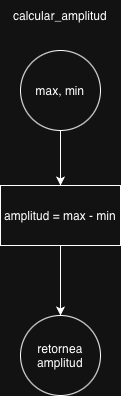
Above: Diagramas/calcular_amplitud.png in benjacoduti/Pulse_Lab (draw.io), before the change. Source tidied: cells renumbered, new cells last; positions are measured from the earlier drawing's top-left corner, leaving out a move shared by most shapes. The source it was exported from:
```xml
<mxGraphModel>
  <root>
    <mxCell id="0" />
    <mxCell id="1" parent="0" />
    <mxCell id="2" value="calcular_amplitud" style="text;html=1;whiteSpace=wrap;strokeColor=none;fillColor=none;align=center;verticalAlign=middle;rounded=0;" parent="1" vertex="1">
      <mxGeometry x="30" width="60" height="30" as="geometry" />
    </mxCell>
    <mxCell id="3" style="edgeStyle=orthogonalEdgeStyle;rounded=0;jettySize=auto;html=1;" parent="1" edge="1" source="4" target="6">
      <mxGeometry relative="1" as="geometry" />
    </mxCell>
    <mxCell id="4" value="max, min" style="ellipse;whiteSpace=wrap;html=1;" parent="1" vertex="1">
      <mxGeometry x="20" y="50" width="80" height="80" as="geometry" />
    </mxCell>
    <mxCell id="5" style="edgeStyle=orthogonalEdgeStyle;rounded=0;jettySize=auto;html=1;" parent="1" edge="1" source="6" target="7">
      <mxGeometry relative="1" as="geometry" />
    </mxCell>
    <mxCell id="6" value="amplitud = max - min" style="whiteSpace=wrap;html=1;" parent="1" vertex="1">
      <mxGeometry y="185" width="120" height="60" as="geometry" />
    </mxCell>
    <mxCell id="7" value="retornea amplitud" style="ellipse;whiteSpace=wrap;html=1;" parent="1" vertex="1">
      <mxGeometry x="20" y="315" width="80" height="80" as="geometry" />
    </mxCell>
  </root>
</mxGraphModel>
```
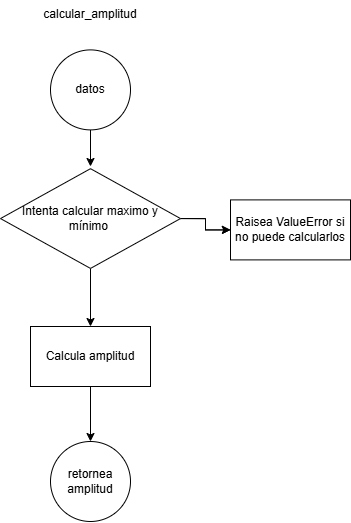
The same file after the commit.

Commit message:
Erase diagrama viejo

The edit, as a diff of the source:
```diff
@@ -5,20 +5,46 @@
     <mxCell id="2" value="calcular_amplitud" style="text;html=1;whiteSpace=wrap;strokeColor=none;fillColor=none;align=center;verticalAlign=middle;rounded=0;" parent="1" vertex="1">
       <mxGeometry x="30" width="60" height="30" as="geometry" />
     </mxCell>
-    <mxCell id="3" style="edgeStyle=orthogonalEdgeStyle;rounded=0;jettySize=auto;html=1;" parent="1" edge="1" source="4" target="6">
-      <mxGeometry relative="1" as="geometry" />
+    <mxCell id="3" style="edgeStyle=orthogonalEdgeStyle;rounded=0;jettySize=auto;html=1;" parent="1" edge="1" source="4">
+      <mxGeometry relative="1" as="geometry">
+        <mxPoint x="60" y="166.6" as="targetPoint" />
+      </mxGeometry>
     </mxCell>
-    <mxCell id="4" value="max, min" style="ellipse;whiteSpace=wrap;html=1;" parent="1" vertex="1">
+    <mxCell id="4" value="datos" style="ellipse;whiteSpace=wrap;html=1;" parent="1" vertex="1">
       <mxGeometry x="20" y="50" width="80" height="80" as="geometry" />
     </mxCell>
-    <mxCell id="5" style="edgeStyle=orthogonalEdgeStyle;rounded=0;jettySize=auto;html=1;" parent="1" edge="1" source="6" target="7">
-      <mxGeometry relative="1" as="geometry" />
+    <mxCell id="5" style="edgeStyle=orthogonalEdgeStyle;rounded=0;jettySize=auto;html=1;exitX=0.5;exitY=1;exitDx=0;exitDy=0;" parent="1" edge="1" source="11" target="8">
+      <mxGeometry relative="1" as="geometry">
+        <Array as="points">
+          <mxPoint x="60" y="336.6" />
+          <mxPoint x="60" y="336.6" />
+        </Array>
+      </mxGeometry>
     </mxCell>
-    <mxCell id="6" value="amplitud = max - min" style="whiteSpace=wrap;html=1;" parent="1" vertex="1">
-      <mxGeometry y="185" width="120" height="60" as="geometry" />
+    <mxCell id="6" style="edgeStyle=orthogonalEdgeStyle;rounded=0;jettySize=auto;html=1;exitX=1;exitY=0.5;exitDx=0;exitDy=0;" parent="1" edge="1" source="12" target="10">
+      <mxGeometry relative="1" as="geometry" />
     </mxCell>
-    <mxCell id="7" value="retornea amplitud" style="ellipse;whiteSpace=wrap;html=1;" parent="1" vertex="1">
-      <mxGeometry x="20" y="315" width="80" height="80" as="geometry" />
+    <mxCell id="7" style="edgeStyle=orthogonalEdgeStyle;rounded=0;jettySize=auto;html=1;exitX=0.5;exitY=1;exitDx=0;exitDy=0;" parent="1" edge="1" source="12" target="11">
+      <mxGeometry relative="1" as="geometry">
+        <Array as="points">
+          <mxPoint x="60" y="267.6" />
+        </Array>
+      </mxGeometry>
     </mxCell>
+    <mxCell id="8" value="retornea amplitud" style="ellipse;whiteSpace=wrap;html=1;" parent="1" vertex="1">
+      <mxGeometry x="20" y="441.6" width="80" height="80" as="geometry" />
+    </mxCell>
+    <mxCell id="9" style="edgeStyle=orthogonalEdgeStyle;rounded=0;jettySize=auto;html=1;exitX=1;exitY=0.5;exitDx=0;exitDy=0;" parent="1" edge="1" source="12" target="10">
+      <mxGeometry relative="1" as="geometry" />
+    </mxCell>
+    <mxCell id="10" value="Raisea ValueError si no puede calcularlos" style="whiteSpace=wrap;html=1;" parent="1" vertex="1">
+      <mxGeometry x="200" y="200" width="120" height="60" as="geometry" />
+    </mxCell>
+    <mxCell id="11" value="Calcula amplitud" style="whiteSpace=wrap;html=1;" parent="1" vertex="1">
+      <mxGeometry y="326.6" width="120" height="60" as="geometry" />
+    </mxCell>
+    <mxCell id="12" value="Intenta calcular maximo y mínimo&amp;nbsp;" style="rhombus;whiteSpace=wrap;html=1;" parent="1" vertex="1">
+      <mxGeometry x="-30" y="168.8" width="180" height="99.8" as="geometry" />
+    </mxCell>
   </root>
 </mxGraphModel>
```
